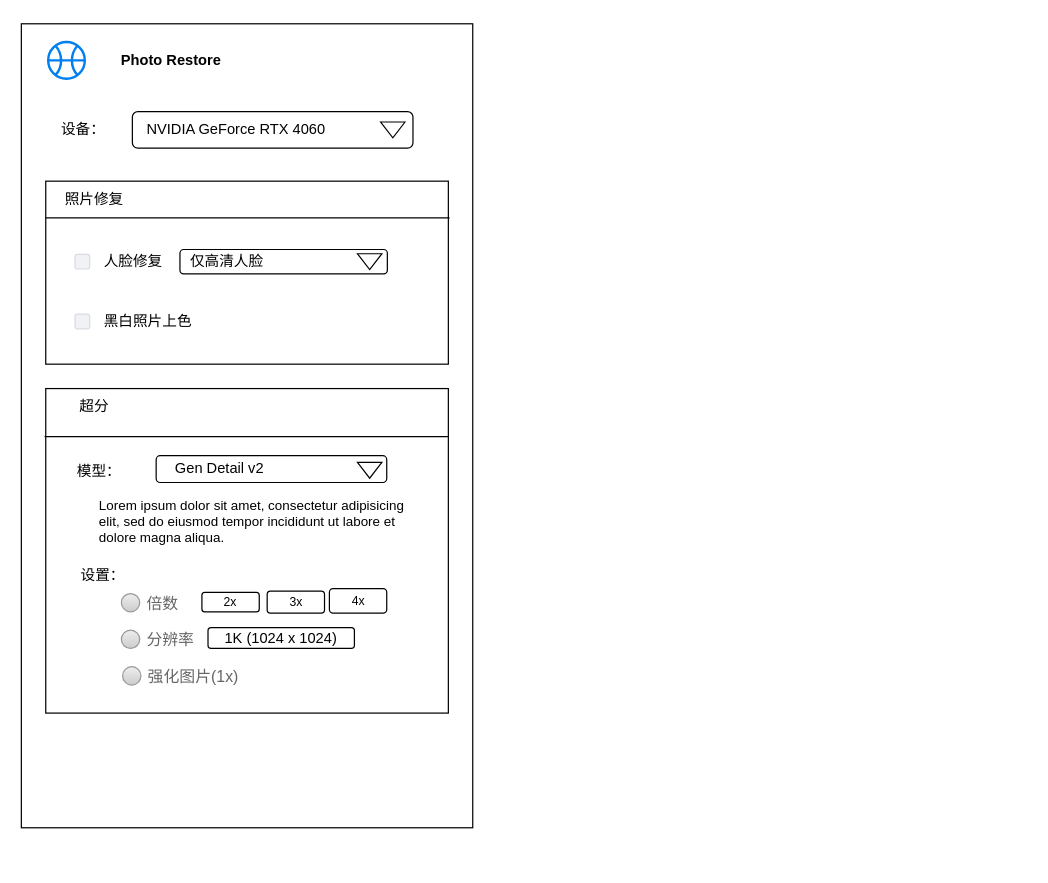
macfanr/drawio keeps this draw.io diagram as Mytemp.drawio. Above is the earlier version. Source tidied: cells renumbered, new cells numbered last; positions are measured from the earlier drawing's top-left corner, leaving out a move shared by most shapes. Both pictures are drawn from the tidied source at 122%, with x=0, y=0 at pixel (21, 23).
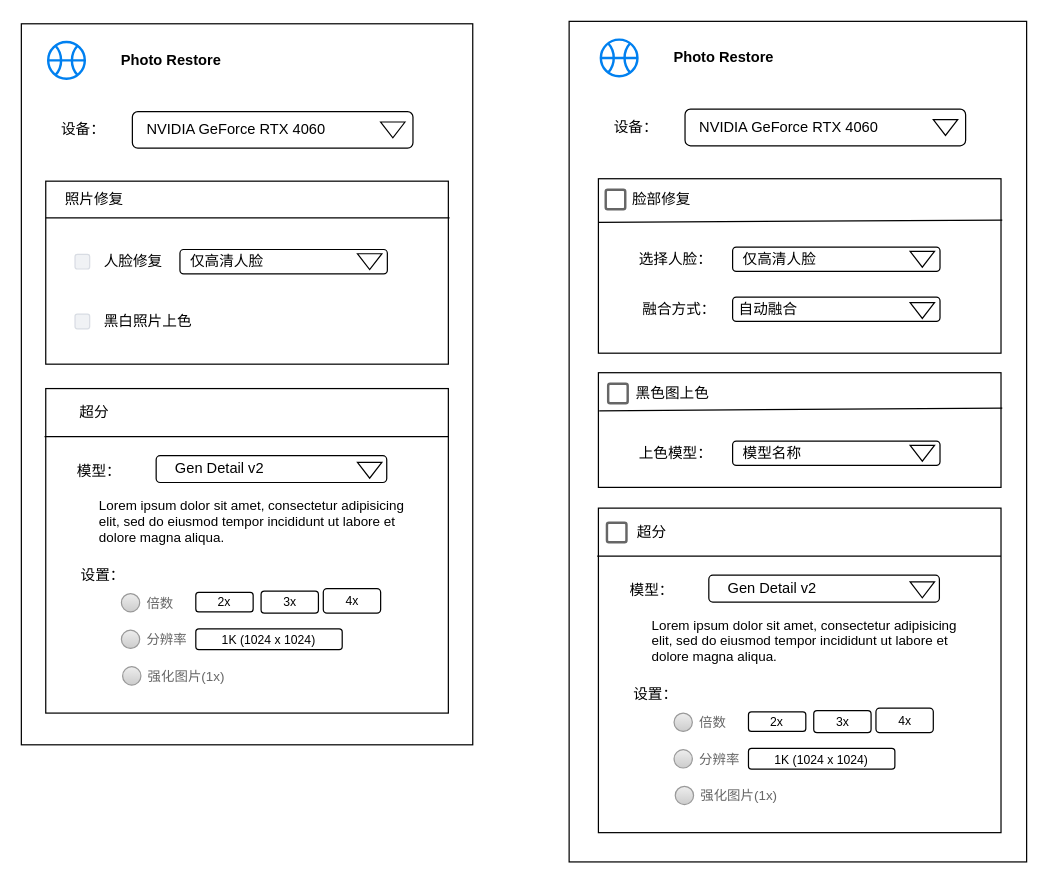
The same page after the edit.

Diff of the diagram source:
```diff
@@
     <mxCell id="2" style="rounded=0;whiteSpace=wrap;html=1;" parent="1" vertex="1">
-      <mxGeometry width="370" height="659" as="geometry" />
+      <mxGeometry width="370" height="591" as="geometry" />
     </mxCell>
-    <mxCell id="3" style="rounded=0;whiteSpace=wrap;html=1;" parent="1" vertex="1">
-      <mxGeometry x="20" y="129" width="330" height="150" as="geometry" />
-    </mxCell>
-    <mxCell id="4" style="endArrow=none;html=1;rounded=0;exitX=0;exitY=0.2;exitDx=0;exitDy=0;exitPerimeter=0;" parent="1" edge="1" source="3">
-      <mxGeometry relative="1" as="geometry">
-        <mxPoint x="351" y="159" as="targetPoint" />
-      </mxGeometry>
-    </mxCell>
-    <mxCell id="5" value="照片修复" style="text;html=1;align=center;verticalAlign=middle;whiteSpace=wrap;rounded=0;" parent="1" vertex="1">
-      <mxGeometry x="30" y="129" width="60" height="30" as="geometry" />
-    </mxCell>
-    <mxCell id="6" value="黑白照片上色" style="rounded=1;fillColor=#F0F2F5;strokeColor=#D8DCE3;align=left;verticalAlign=middle;fontStyle=0;fontSize=12;labelPosition=right;verticalLabelPosition=middle;spacingLeft=10;html=1;shadow=0;dashed=0;" parent="1" vertex="1">
-      <mxGeometry x="44" y="238" width="12" height="12" as="geometry" />
-    </mxCell>
+    <mxCell id="33" style="rounded=0;whiteSpace=wrap;html=1;" parent="1" vertex="1">
+      <mxGeometry x="449" y="-2" width="375" height="689" as="geometry" />
+    </mxCell>
+    <mxCell id="34" style="html=1;verticalLabelPosition=bottom;align=center;labelBackgroundColor=#ffffff;verticalAlign=top;strokeWidth=2;strokeColor=#0080F0;shadow=0;dashed=0;shape=mxgraph.ios7.icons.basketball;" parent="1" vertex="1">
+      <mxGeometry x="475" y="13" width="30" height="30" as="geometry" />
+    </mxCell>
+    <mxCell id="35" value="Photo Restore" style="text;html=1;align=left;verticalAlign=middle;whiteSpace=wrap;rounded=0;fontStyle=1;" parent="1" vertex="1">
+      <mxGeometry x="533" y="13" width="193" height="30" as="geometry" />
+    </mxCell>
+    <mxCell id="36" style="group;" parent="1" vertex="1">
+      <mxGeometry x="474" y="70" width="300" height="30" as="geometry" />
+    </mxCell>
+    <mxCell id="37" value="设备：" style="text;html=1;align=center;verticalAlign=middle;whiteSpace=wrap;rounded=0;" parent="36" vertex="1">
+      <mxGeometry width="60" height="30" as="geometry" />
+    </mxCell>
+    <mxCell id="38" value="&amp;nbsp; &amp;nbsp;NVIDIA GeForce RTX 4060" style="rounded=1;whiteSpace=wrap;html=1;align=left;" parent="36" vertex="1">
+      <mxGeometry x="70" width="230" height="30" as="geometry" />
+    </mxCell>
+    <mxCell id="39" style="triangle;whiteSpace=wrap;html=1;rotation=90;" parent="36" vertex="1">
+      <mxGeometry x="277" y="5" width="13" height="20" as="geometry" />
+    </mxCell>
+    <mxCell id="40" style="group;" parent="1" vertex="1">
+      <mxGeometry x="473" y="397" width="330" height="266" as="geometry" />
+    </mxCell>
+    <mxCell id="41" style="rounded=0;whiteSpace=wrap;html=1;" parent="40" vertex="1">
+      <mxGeometry width="330" height="266" as="geometry" />
+    </mxCell>
+    <mxCell id="42" value="超分" style="text;html=1;align=center;verticalAlign=middle;whiteSpace=wrap;rounded=0;" parent="40" vertex="1">
+      <mxGeometry x="14" y="5" width="60" height="30" as="geometry" />
+    </mxCell>
+    <mxCell id="43" style="endArrow=none;html=1;rounded=0;exitX=-0.003;exitY=0.148;exitDx=0;exitDy=0;exitPerimeter=0;entryX=1;entryY=0.148;entryDx=0;entryDy=0;entryPerimeter=0;" parent="40" edge="1" source="41" target="41">
+      <mxGeometry relative="1" as="geometry" />
+    </mxCell>
+    <mxCell id="44" value="模型：" style="text;html=1;align=center;verticalAlign=middle;whiteSpace=wrap;rounded=0;" parent="40" vertex="1">
+      <mxGeometry x="14" y="53" width="60" height="30" as="geometry" />
+    </mxCell>
+    <mxCell id="45" value="&lt;h1 style=&quot;margin-top: 0px; font-size: 11px;&quot;&gt;&lt;span style=&quot;background-color: initial; font-size: 11px; font-weight: normal;&quot;&gt;Lorem ipsum dolor sit amet, consectetur adipisicing elit, sed do eiusmod tempor incididunt ut labore et dolore magna aliqua.&lt;/span&gt;&lt;/h1&gt;" style="text;html=1;whiteSpace=wrap;overflow=hidden;rounded=0;spacing=0;fontSize=11;" parent="40" vertex="1">
+      <mxGeometry x="44" y="85" width="267" height="51" as="geometry" />
+    </mxCell>
+    <mxCell id="46" value="设置：" style="text;html=1;align=center;verticalAlign=middle;whiteSpace=wrap;rounded=0;" parent="40" vertex="1">
+      <mxGeometry x="17" y="138" width="60" height="30" as="geometry" />
+    </mxCell>
+    <mxCell id="47" value="倍数" style="shape=ellipse;fillColor=#eeeeee;strokeColor=#999999;gradientColor=#cccccc;html=1;align=left;spacingLeft=4;fontSize=11;fontColor=#666666;labelPosition=right;shadow=0;" parent="40" vertex="1">
+      <mxGeometry x="62" y="168" width="15" height="15" as="geometry" />
+    </mxCell>
+    <mxCell id="48" value="分辨率" style="shape=ellipse;fillColor=#eeeeee;strokeColor=#999999;gradientColor=#cccccc;html=1;align=left;spacingLeft=4;fontSize=11;fontColor=#666666;labelPosition=right;shadow=0;" parent="40" vertex="1">
+      <mxGeometry x="62" y="198" width="15" height="15" as="geometry" />
+    </mxCell>
+    <mxCell id="49" value="强化图片(1x)" style="shape=ellipse;fillColor=#eeeeee;strokeColor=#999999;gradientColor=#cccccc;html=1;align=left;spacingLeft=4;fontSize=11;fontColor=#666666;labelPosition=right;shadow=0;" parent="40" vertex="1">
+      <mxGeometry x="63" y="228" width="15" height="15" as="geometry" />
+    </mxCell>
+    <mxCell id="50" value="2x" style="rounded=1;whiteSpace=wrap;html=1;fontSize=10;" parent="40" vertex="1">
+      <mxGeometry x="123" y="167" width="47" height="16" as="geometry" />
+    </mxCell>
+    <mxCell id="51" value="3x" style="rounded=1;whiteSpace=wrap;html=1;fontSize=10;" parent="40" vertex="1">
+      <mxGeometry x="176.5" y="166" width="47" height="18" as="geometry" />
+    </mxCell>
+    <mxCell id="52" value="4x" style="rounded=1;whiteSpace=wrap;html=1;fontSize=10;" parent="40" vertex="1">
+      <mxGeometry x="227.5" y="164" width="47" height="20" as="geometry" />
+    </mxCell>
+    <mxCell id="53" value="1K (1024 x 1024)" style="rounded=1;whiteSpace=wrap;html=1;fontSize=10;" parent="40" vertex="1">
+      <mxGeometry x="123" y="197" width="120" height="17" as="geometry" />
+    </mxCell>
+    <mxCell id="54" style="group;labelBackgroundColor=none;" parent="40" vertex="1">
+      <mxGeometry x="90.5" y="55" width="189" height="22" as="geometry" />
+    </mxCell>
+    <mxCell id="55" value="&amp;nbsp; &amp;nbsp; Gen Detail v2" style="rounded=1;whiteSpace=wrap;html=1;align=left;" parent="54" vertex="1">
+      <mxGeometry width="189" height="22" as="geometry" />
+    </mxCell>
+    <mxCell id="56" style="triangle;whiteSpace=wrap;html=1;rotation=90;" parent="54" vertex="1">
+      <mxGeometry x="168.5" y="2" width="13" height="20" as="geometry" />
+    </mxCell>
+    <mxCell id="57" style="group;" parent="1" vertex="1">
+      <mxGeometry x="20" y="299" width="330" height="266" as="geometry" />
+    </mxCell>
-    <mxCell id="7" style="rounded=0;whiteSpace=wrap;html=1;" parent="1" vertex="1">
-      <mxGeometry x="20" y="299" width="330" height="266" as="geometry" />
+    <mxCell id="7" style="rounded=0;whiteSpace=wrap;html=1;" parent="57" vertex="1">
+      <mxGeometry width="330" height="266" as="geometry" />
     </mxCell>
-    <mxCell id="8" value="超分" style="text;html=1;align=center;verticalAlign=middle;whiteSpace=wrap;rounded=0;" parent="1" vertex="1">
-      <mxGeometry x="30" y="299" width="60" height="30" as="geometry" />
+    <mxCell id="8" value="超分" style="text;html=1;align=center;verticalAlign=middle;whiteSpace=wrap;rounded=0;" parent="57" vertex="1">
+      <mxGeometry x="10" y="5" width="60" height="30" as="geometry" />
     </mxCell>
-    <mxCell id="9" style="endArrow=none;html=1;rounded=0;exitX=-0.003;exitY=0.148;exitDx=0;exitDy=0;exitPerimeter=0;entryX=1;entryY=0.148;entryDx=0;entryDy=0;entryPerimeter=0;" parent="1" edge="1" source="7" target="7">
+    <mxCell id="9" style="endArrow=none;html=1;rounded=0;exitX=-0.003;exitY=0.148;exitDx=0;exitDy=0;exitPerimeter=0;entryX=1;entryY=0.148;entryDx=0;entryDy=0;entryPerimeter=0;" parent="57" edge="1" source="7" target="7">
       <mxGeometry relative="1" as="geometry" />
     </mxCell>
-    <mxCell id="10" value="模型：" style="text;html=1;align=center;verticalAlign=middle;whiteSpace=wrap;rounded=0;" parent="1" vertex="1">
-      <mxGeometry x="34" y="352" width="60" height="30" as="geometry" />
+    <mxCell id="10" value="模型：" style="text;html=1;align=center;verticalAlign=middle;whiteSpace=wrap;rounded=0;" parent="57" vertex="1">
+      <mxGeometry x="14" y="53" width="60" height="30" as="geometry" />
     </mxCell>
-    <mxCell id="11" value="&lt;h1 style=&quot;margin-top: 0px; font-size: 11px;&quot;&gt;&lt;span style=&quot;background-color: initial; font-size: 11px; font-weight: normal;&quot;&gt;Lorem ipsum dolor sit amet, consectetur adipisicing elit, sed do eiusmod tempor incididunt ut labore et dolore magna aliqua.&lt;/span&gt;&lt;/h1&gt;" style="text;html=1;whiteSpace=wrap;overflow=hidden;rounded=0;spacing=0;fontSize=11;" parent="1" vertex="1">
-      <mxGeometry x="64" y="384" width="267" height="51" as="geometry" />
+    <mxCell id="11" value="&lt;h1 style=&quot;margin-top: 0px; font-size: 11px;&quot;&gt;&lt;span style=&quot;background-color: initial; font-size: 11px; font-weight: normal;&quot;&gt;Lorem ipsum dolor sit amet, consectetur adipisicing elit, sed do eiusmod tempor incididunt ut labore et dolore magna aliqua.&lt;/span&gt;&lt;/h1&gt;" style="text;html=1;whiteSpace=wrap;overflow=hidden;rounded=0;spacing=0;fontSize=11;" parent="57" vertex="1">
+      <mxGeometry x="44" y="85" width="267" height="51" as="geometry" />
     </mxCell>
-    <mxCell id="12" value="设置：" style="text;html=1;align=center;verticalAlign=middle;whiteSpace=wrap;rounded=0;" parent="1" vertex="1">
-      <mxGeometry x="37" y="437" width="60" height="30" as="geometry" />
+    <mxCell id="12" value="设置：" style="text;html=1;align=center;verticalAlign=middle;whiteSpace=wrap;rounded=0;" parent="57" vertex="1">
+      <mxGeometry x="17" y="138" width="60" height="30" as="geometry" />
     </mxCell>
-    <mxCell id="13" value="倍数" style="shape=ellipse;fillColor=#eeeeee;strokeColor=#999999;gradientColor=#cccccc;html=1;align=left;spacingLeft=4;fontSize=13;fontColor=#666666;labelPosition=right;shadow=0;" parent="1" vertex="1">
-      <mxGeometry x="82" y="467" width="15" height="15" as="geometry" />
+    <mxCell id="13" value="倍数" style="shape=ellipse;fillColor=#eeeeee;strokeColor=#999999;gradientColor=#cccccc;html=1;align=left;spacingLeft=4;fontSize=11;fontColor=#666666;labelPosition=right;shadow=0;" parent="57" vertex="1">
+      <mxGeometry x="62" y="168" width="15" height="15" as="geometry" />
     </mxCell>
-    <mxCell id="14" value="分辨率" style="shape=ellipse;fillColor=#eeeeee;strokeColor=#999999;gradientColor=#cccccc;html=1;align=left;spacingLeft=4;fontSize=13;fontColor=#666666;labelPosition=right;shadow=0;" parent="1" vertex="1">
-      <mxGeometry x="82" y="497" width="15" height="15" as="geometry" />
+    <mxCell id="14" value="分辨率" style="shape=ellipse;fillColor=#eeeeee;strokeColor=#999999;gradientColor=#cccccc;html=1;align=left;spacingLeft=4;fontSize=11;fontColor=#666666;labelPosition=right;shadow=0;" parent="57" vertex="1">
+      <mxGeometry x="62" y="198" width="15" height="15" as="geometry" />
     </mxCell>
-    <mxCell id="15" value="强化图片(1x)" style="shape=ellipse;fillColor=#eeeeee;strokeColor=#999999;gradientColor=#cccccc;html=1;align=left;spacingLeft=4;fontSize=13;fontColor=#666666;labelPosition=right;shadow=0;" parent="1" vertex="1">
-      <mxGeometry x="83" y="527" width="15" height="15" as="geometry" />
+    <mxCell id="15" value="强化图片(1x)" style="shape=ellipse;fillColor=#eeeeee;strokeColor=#999999;gradientColor=#cccccc;html=1;align=left;spacingLeft=4;fontSize=11;fontColor=#666666;labelPosition=right;shadow=0;" parent="57" vertex="1">
+      <mxGeometry x="63" y="228" width="15" height="15" as="geometry" />
     </mxCell>
-    <mxCell id="16" value="2x" style="rounded=1;whiteSpace=wrap;html=1;fontSize=10;" parent="1" vertex="1">
-      <mxGeometry x="148" y="466" width="47" height="16" as="geometry" />
+    <mxCell id="16" value="2x" style="rounded=1;whiteSpace=wrap;html=1;fontSize=10;" parent="57" vertex="1">
+      <mxGeometry x="123" y="167" width="47" height="16" as="geometry" />
     </mxCell>
-    <mxCell id="17" value="3x" style="rounded=1;whiteSpace=wrap;html=1;fontSize=10;" parent="1" vertex="1">
-      <mxGeometry x="201.5" y="465" width="47" height="18" as="geometry" />
+    <mxCell id="17" value="3x" style="rounded=1;whiteSpace=wrap;html=1;fontSize=10;" parent="57" vertex="1">
+      <mxGeometry x="176.5" y="166" width="47" height="18" as="geometry" />
     </mxCell>
-    <mxCell id="18" value="4x" style="rounded=1;whiteSpace=wrap;html=1;fontSize=10;" parent="1" vertex="1">
-      <mxGeometry x="252.5" y="463" width="47" height="20" as="geometry" />
+    <mxCell id="18" value="4x" style="rounded=1;whiteSpace=wrap;html=1;fontSize=10;" parent="57" vertex="1">
+      <mxGeometry x="227.5" y="164" width="47" height="20" as="geometry" />
     </mxCell>
-    <mxCell id="19" value="1K (1024 x 1024)" style="rounded=1;whiteSpace=wrap;html=1;" parent="1" vertex="1">
-      <mxGeometry x="153" y="495" width="120" height="17" as="geometry" />
+    <mxCell id="19" value="1K (1024 x 1024)" style="rounded=1;whiteSpace=wrap;html=1;fontSize=10;" parent="57" vertex="1">
+      <mxGeometry x="123" y="197" width="120" height="17" as="geometry" />
     </mxCell>
-    <mxCell id="20" style="group;labelBackgroundColor=none;" parent="1" vertex="1">
-      <mxGeometry x="110.5" y="354" width="189" height="22" as="geometry" />
+    <mxCell id="20" style="group;labelBackgroundColor=none;" parent="57" vertex="1">
+      <mxGeometry x="90.5" y="55" width="189" height="22" as="geometry" />
     </mxCell>
@@
+    <mxCell id="58" style="group;" parent="1" vertex="1">
+      <mxGeometry x="20" y="129" width="331" height="150" as="geometry" />
+    </mxCell>
+    <mxCell id="3" style="rounded=0;whiteSpace=wrap;html=1;" parent="58" vertex="1">
+      <mxGeometry width="330" height="150" as="geometry" />
+    </mxCell>
+    <mxCell id="4" style="endArrow=none;html=1;rounded=0;exitX=0;exitY=0.2;exitDx=0;exitDy=0;exitPerimeter=0;" parent="58" edge="1" source="3">
+      <mxGeometry relative="1" as="geometry">
+        <mxPoint x="331" y="30" as="targetPoint" />
+      </mxGeometry>
+    </mxCell>
+    <mxCell id="5" value="照片修复" style="text;html=1;align=center;verticalAlign=middle;whiteSpace=wrap;rounded=0;" parent="58" vertex="1">
+      <mxGeometry x="10" width="60" height="30" as="geometry" />
+    </mxCell>
+    <mxCell id="6" value="黑白照片上色" style="rounded=1;fillColor=#F0F2F5;strokeColor=#D8DCE3;align=left;verticalAlign=middle;fontStyle=0;fontSize=12;labelPosition=right;verticalLabelPosition=middle;spacingLeft=10;html=1;shadow=0;dashed=0;" parent="58" vertex="1">
+      <mxGeometry x="24" y="109" width="12" height="12" as="geometry" />
+    </mxCell>
+    <mxCell id="29" style="group;" parent="58" vertex="1">
+      <mxGeometry x="24" y="56" width="256" height="20" as="geometry" />
+    </mxCell>
+    <mxCell id="30" value="人脸修复" style="rounded=1;fillColor=#F0F2F5;strokeColor=#D8DCE3;align=left;verticalAlign=middle;fontStyle=0;fontSize=12;labelPosition=right;verticalLabelPosition=middle;spacingLeft=10;html=1;shadow=0;dashed=0;" parent="29" vertex="1">
+      <mxGeometry y="4" width="12" height="12" as="geometry" />
+    </mxCell>
+    <mxCell id="31" value="&amp;nbsp; 仅高清人脸" style="rounded=1;whiteSpace=wrap;html=1;align=left;" parent="29" vertex="1">
+      <mxGeometry x="86" width="170" height="20" as="geometry" />
+    </mxCell>
+    <mxCell id="32" style="triangle;whiteSpace=wrap;html=1;rotation=90;" parent="29" vertex="1">
+      <mxGeometry x="235" width="13" height="20" as="geometry" />
+    </mxCell>
+    <mxCell id="59" style="group;" parent="1" vertex="1">
+      <mxGeometry x="21" y="15" width="300" height="87" as="geometry" />
+    </mxCell>
-    <mxCell id="23" style="html=1;verticalLabelPosition=bottom;align=center;labelBackgroundColor=#ffffff;verticalAlign=top;strokeWidth=2;strokeColor=#0080F0;shadow=0;dashed=0;shape=mxgraph.ios7.icons.basketball;" parent="1" vertex="1">
-      <mxGeometry x="22" y="15" width="30" height="30" as="geometry" />
+    <mxCell id="23" style="html=1;verticalLabelPosition=bottom;align=center;labelBackgroundColor=#ffffff;verticalAlign=top;strokeWidth=2;strokeColor=#0080F0;shadow=0;dashed=0;shape=mxgraph.ios7.icons.basketball;" parent="59" vertex="1">
+      <mxGeometry x="1" width="30" height="30" as="geometry" />
     </mxCell>
-    <mxCell id="24" value="Photo Restore" style="text;html=1;align=left;verticalAlign=middle;whiteSpace=wrap;rounded=0;fontStyle=1;" parent="1" vertex="1">
-      <mxGeometry x="80" y="15" width="193" height="30" as="geometry" />
+    <mxCell id="24" value="Photo Restore" style="text;html=1;align=left;verticalAlign=middle;whiteSpace=wrap;rounded=0;fontStyle=1;" parent="59" vertex="1">
+      <mxGeometry x="59" width="193" height="30" as="geometry" />
     </mxCell>
-    <mxCell id="25" style="group;" parent="1" vertex="1">
-      <mxGeometry x="21" y="72" width="300" height="30" as="geometry" />
+    <mxCell id="25" style="group;" parent="59" vertex="1">
+      <mxGeometry y="57" width="300" height="30" as="geometry" />
     </mxCell>
@@
-    <mxCell id="29" style="group;" parent="1" vertex="1">
-      <mxGeometry x="44" y="185" width="256" height="20" as="geometry" />
-    </mxCell>
-    <mxCell id="30" value="人脸修复" style="rounded=1;fillColor=#F0F2F5;strokeColor=#D8DCE3;align=left;verticalAlign=middle;fontStyle=0;fontSize=12;labelPosition=right;verticalLabelPosition=middle;spacingLeft=10;html=1;shadow=0;dashed=0;" parent="29" vertex="1">
-      <mxGeometry y="4" width="12" height="12" as="geometry" />
-    </mxCell>
-    <mxCell id="31" value="&amp;nbsp; 仅高清人脸" style="rounded=1;whiteSpace=wrap;html=1;align=left;" parent="29" vertex="1">
-      <mxGeometry x="86" width="170" height="20" as="geometry" />
-    </mxCell>
-    <mxCell id="32" style="triangle;whiteSpace=wrap;html=1;rotation=90;" parent="29" vertex="1">
-      <mxGeometry x="235" width="13" height="20" as="geometry" />
-    </mxCell>
+    <mxCell id="60" style="group;" parent="1" vertex="1">
+      <mxGeometry x="473" y="127" width="331" height="143" as="geometry" />
+    </mxCell>
+    <mxCell id="61" style="rounded=0;whiteSpace=wrap;html=1;" parent="60" vertex="1">
+      <mxGeometry width="330" height="143" as="geometry" />
+    </mxCell>
+    <mxCell id="62" style="endArrow=none;html=1;rounded=0;exitX=0;exitY=0.25;exitDx=0;exitDy=0;" parent="60" edge="1" source="61">
+      <mxGeometry relative="1" as="geometry">
+        <mxPoint x="331" y="34" as="targetPoint" />
+      </mxGeometry>
+    </mxCell>
+    <mxCell id="63" value="脸部修复" style="text;html=1;align=center;verticalAlign=middle;whiteSpace=wrap;rounded=0;" parent="60" vertex="1">
+      <mxGeometry x="22" y="2" width="60" height="30" as="geometry" />
+    </mxCell>
+    <mxCell id="64" value="&amp;nbsp; 仅高清人脸" style="rounded=1;whiteSpace=wrap;html=1;align=left;" parent="60" vertex="1">
+      <mxGeometry x="110" y="56" width="170" height="20" as="geometry" />
+    </mxCell>
+    <mxCell id="65" style="triangle;whiteSpace=wrap;html=1;rotation=90;" parent="60" vertex="1">
+      <mxGeometry x="259" y="56" width="13" height="20" as="geometry" />
+    </mxCell>
+    <mxCell id="66" value="选择人脸：" style="text;html=1;align=center;verticalAlign=middle;whiteSpace=wrap;rounded=0;" parent="60" vertex="1">
+      <mxGeometry x="24" y="51" width="79" height="30" as="geometry" />
+    </mxCell>
+    <mxCell id="67" value="融合方式：" style="text;html=1;align=center;verticalAlign=middle;whiteSpace=wrap;rounded=0;" parent="60" vertex="1">
+      <mxGeometry x="27" y="92" width="79" height="30" as="geometry" />
+    </mxCell>
+    <mxCell id="68" value="&amp;nbsp;自动融合" style="rounded=1;whiteSpace=wrap;html=1;align=left;" parent="60" vertex="1">
+      <mxGeometry x="110" y="97" width="170" height="20" as="geometry" />
+    </mxCell>
+    <mxCell id="69" style="triangle;whiteSpace=wrap;html=1;rotation=90;" parent="60" vertex="1">
+      <mxGeometry x="259" y="98" width="13" height="20" as="geometry" />
+    </mxCell>
+    <mxCell id="70" style="dashed=0;labelPosition=right;align=left;shape=mxgraph.gmdl.checkbox;strokeColor=#666666;fillColor=none;strokeWidth=2;sketch=0;html=1;" parent="1" vertex="1">
+      <mxGeometry x="479" y="136" width="16" height="16" as="geometry" />
+    </mxCell>
+    <mxCell id="71" style="dashed=0;labelPosition=right;align=left;shape=mxgraph.gmdl.checkbox;strokeColor=#666666;fillColor=none;strokeWidth=2;sketch=0;html=1;" parent="1" vertex="1">
+      <mxGeometry x="480" y="409" width="16" height="16" as="geometry" />
+    </mxCell>
+    <mxCell id="72" style="group;" parent="1" vertex="1">
+      <mxGeometry x="473" y="286" width="331" height="94" as="geometry" />
+    </mxCell>
+    <mxCell id="73" style="rounded=0;whiteSpace=wrap;html=1;" parent="72" vertex="1">
+      <mxGeometry width="330" height="94" as="geometry" />
+    </mxCell>
+    <mxCell id="74" style="endArrow=none;html=1;rounded=0;exitX=0.002;exitY=0.332;exitDx=0;exitDy=0;exitPerimeter=0;" parent="72" edge="1" source="73">
+      <mxGeometry relative="1" as="geometry">
+        <mxPoint x="331" y="29" as="targetPoint" />
+      </mxGeometry>
+    </mxCell>
+    <mxCell id="75" value="黑色图上色" style="text;html=1;align=center;verticalAlign=middle;whiteSpace=wrap;rounded=0;" parent="72" vertex="1">
+      <mxGeometry x="17" y="2" width="88" height="30" as="geometry" />
+    </mxCell>
+    <mxCell id="76" value="&amp;nbsp; 模型名称" style="rounded=1;whiteSpace=wrap;html=1;align=left;" parent="72" vertex="1">
+      <mxGeometry x="110" y="56" width="170" height="20" as="geometry" />
+    </mxCell>
+    <mxCell id="77" style="triangle;whiteSpace=wrap;html=1;rotation=90;" parent="72" vertex="1">
+      <mxGeometry x="259" y="56" width="13" height="20" as="geometry" />
+    </mxCell>
+    <mxCell id="78" value="上色模型：" style="text;html=1;align=center;verticalAlign=middle;whiteSpace=wrap;rounded=0;" parent="72" vertex="1">
+      <mxGeometry x="24" y="51" width="79" height="30" as="geometry" />
+    </mxCell>
+    <mxCell id="79" style="dashed=0;labelPosition=right;align=left;shape=mxgraph.gmdl.checkbox;strokeColor=#666666;fillColor=none;strokeWidth=2;sketch=0;html=1;" parent="72" vertex="1">
+      <mxGeometry x="8" y="9" width="16" height="16" as="geometry" />
+    </mxCell>
```
